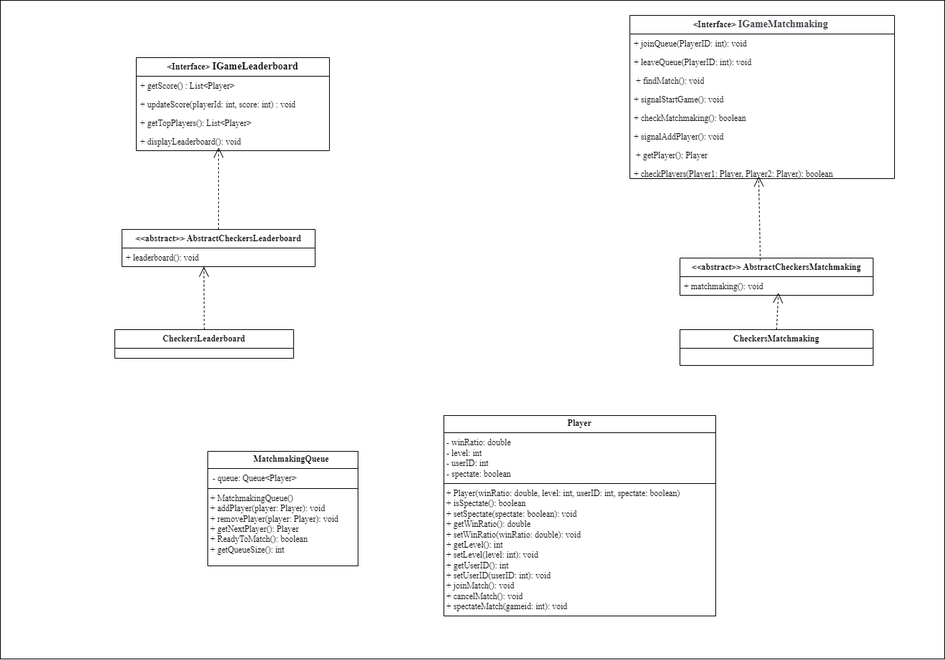
SarimEkram/Multiplayer-Board-platform keeps this draw.io diagram as iteration1_deliverables/class_structure_diagrams/class_structure_diagram.png. Above is the earlier version. Source tidied: cells renumbered, new cells last; positions are measured from the earlier drawing's top-left corner, leaving out a move shared by most shapes.
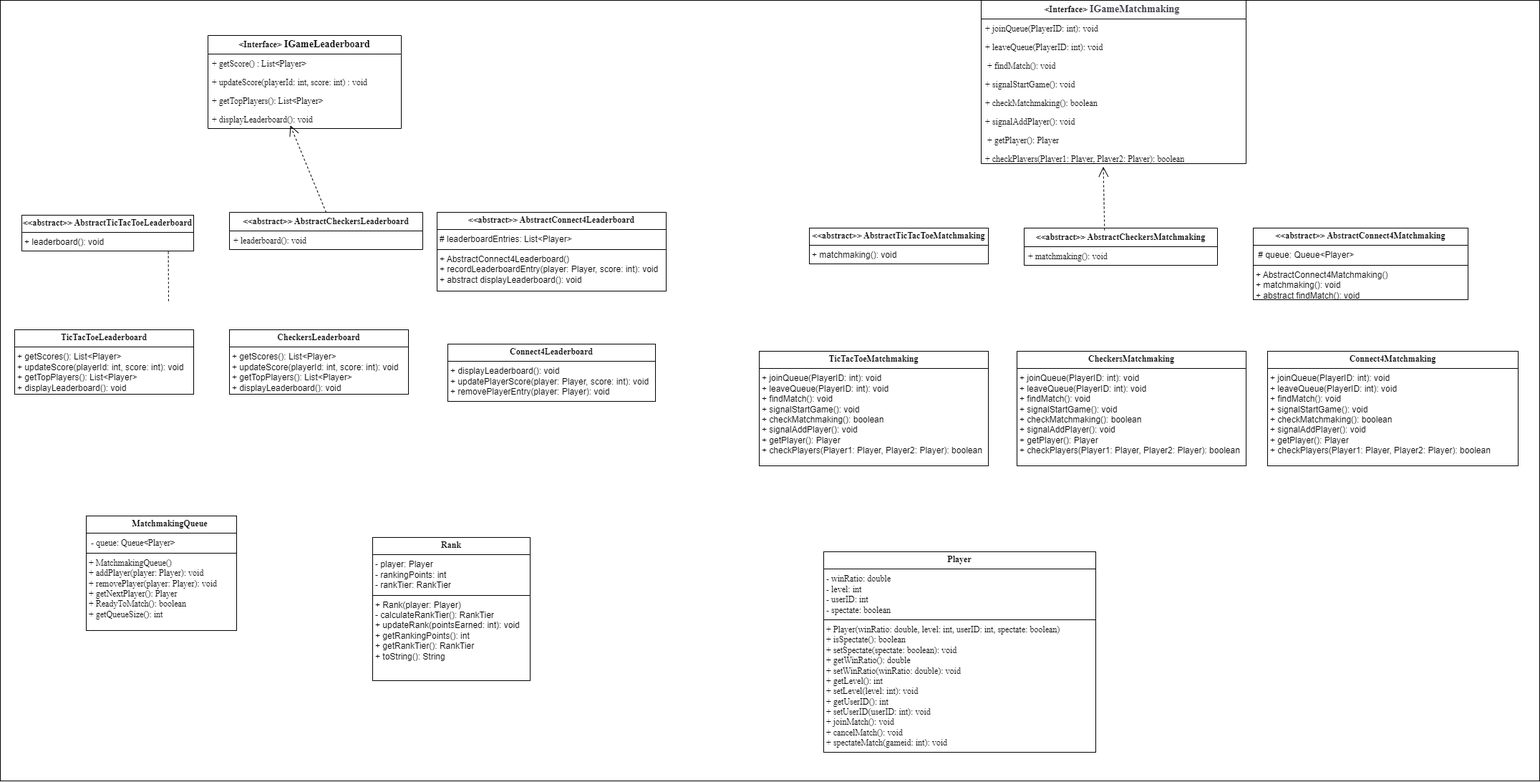
Above is the later version.

Commit message:
Expanded UML diagram to include matchmaking and leaderboard structures for multiple games

Diff of the diagram source:
```diff
@@ -5,6 +5,6 @@
     <mxCell id="2" style="rounded=0;whiteSpace=wrap;html=1;" parent="1" vertex="1">
-      <mxGeometry width="1320" height="920" as="geometry" />
+      <mxGeometry x="50" y="40" width="2150" height="1090" as="geometry" />
     </mxCell>
     <mxCell id="3" value="&lt;span style=&quot;font-family: &amp;quot;Times New Roman&amp;quot;; font-weight: 700;&quot;&gt;&amp;lt;Interface&amp;gt; &lt;font style=&quot;font-size: 14px;&quot;&gt;IGameLeaderboard&lt;/font&gt;&lt;/span&gt;" style="swimlane;fontStyle=0;horizontal=1;startSize=26;fillColor=none;whiteSpace=wrap;html=1;" parent="1" vertex="1">
-      <mxGeometry x="190" y="80" width="270" height="130" as="geometry" />
+      <mxGeometry x="340" y="89" width="270" height="130" as="geometry" />
     </mxCell>
@@ -23,3 +23,3 @@
     <mxCell id="8" value="&lt;font face=&quot;Times New Roman&quot;&gt;&lt;span style=&quot;font-weight: 700;&quot;&gt;&amp;lt;Interface&amp;gt;&amp;nbsp;&lt;/span&gt;&lt;span style=&quot;box-sizing: border-box; --tw-border-spacing-x: 0; --tw-border-spacing-y: 0; --tw-translate-x: 0; --tw-translate-y: 0; --tw-rotate: 0; --tw-skew-x: 0; --tw-skew-y: 0; --tw-scale-x: 1; --tw-scale-y: 1; --tw-pan-x: ; --tw-pan-y: ; --tw-pinch-zoom: ; --tw-scroll-snap-strictness: proximity; --tw-gradient-from-position: ; --tw-gradient-via-position: ; --tw-gradient-to-position: ; --tw-ordinal: ; --tw-slashed-zero: ; --tw-numeric-figure: ; --tw-numeric-spacing: ; --tw-numeric-fraction: ; --tw-ring-offset-shadow: 0 0 #0000; --tw-ring-shadow: 0 0 #0000; --tw-shadow: 0 0 #0000; --tw-shadow-colored: 0 0 #0000; --tw-blur: ; --tw-brightness: ; --tw-contrast: ; --tw-grayscale: ; --tw-hue-rotate: ; --tw-invert: ; --tw-saturate: ; --tw-sepia: ; --tw-drop-shadow: ; --tw-backdrop-blur: ; --tw-backdrop-brightness: ; --tw-backdrop-contrast: ; --tw-backdrop-grayscale: ; --tw-backdrop-hue-rotate: ; --tw-backdrop-invert: ; --tw-backdrop-opacity: ; --tw-backdrop-saturate: ; --tw-backdrop-sepia: ; font-variant-ligatures: none; font-weight: 600; word-break: break-all; color: rgb(58, 56, 63); font-size: 14px; text-align: left; background-color: rgb(251, 250, 253); margin-right: 0.25rem !important;&quot; class=&quot;file-title-name mr-1 js-blob-header-filepath gl-break-all gl-font-bold&quot;&gt;IGameMatchmaking&lt;/span&gt;&lt;/font&gt;" style="swimlane;fontStyle=0;horizontal=1;startSize=26;fillColor=none;whiteSpace=wrap;html=1;" parent="1" vertex="1">
-      <mxGeometry x="880" y="21" width="370" height="228" as="geometry" />
+      <mxGeometry x="1420" y="40" width="370" height="228" as="geometry" />
     </mxCell>
@@ -50,3 +50,3 @@
     <mxCell id="17" value="&lt;font face=&quot;Times New Roman&quot;&gt;&lt;b&gt;&amp;lt;&amp;lt;abstract&amp;gt;&amp;gt; AbstractCheckersLeaderboard&lt;/b&gt;&lt;/font&gt;" style="swimlane;fontStyle=0;horizontal=1;startSize=26;fillColor=none;whiteSpace=wrap;html=1;" parent="1" vertex="1">
-      <mxGeometry x="170" y="320" width="270" height="52" as="geometry" />
+      <mxGeometry x="370" y="336" width="270" height="52" as="geometry" />
     </mxCell>
@@ -55,7 +55,4 @@
     </mxCell>
-    <mxCell id="19" value="&lt;b style=&quot;font-family: &amp;quot;Times New Roman&amp;quot;;&quot;&gt;CheckersLeaderboard&lt;/b&gt;&lt;font face=&quot;Times New Roman&quot;&gt;&lt;b&gt;&lt;/b&gt;&lt;/font&gt;" style="swimlane;fontStyle=0;horizontal=1;startSize=26;fillColor=none;whiteSpace=wrap;html=1;" parent="1" vertex="1">
-      <mxGeometry x="160" y="460" width="250" height="40" as="geometry" />
-    </mxCell>
     <mxCell id="20" value="&lt;font face=&quot;Times New Roman&quot;&gt;&lt;b&gt;&amp;lt;&amp;lt;abstract&amp;gt;&amp;gt; AbstractCheckersMatchmaking&lt;/b&gt;&lt;/font&gt;" style="swimlane;fontStyle=0;horizontal=1;startSize=26;fillColor=none;whiteSpace=wrap;html=1;" parent="1" vertex="1">
-      <mxGeometry x="950" y="360" width="270" height="52" as="geometry" />
+      <mxGeometry x="1480" y="358" width="270" height="52" as="geometry" />
     </mxCell>
@@ -64,10 +61,7 @@
     </mxCell>
-    <mxCell id="22" value="&lt;br&gt;&lt;font face=&quot;Times New Roman&quot;&gt;&lt;b&gt;CheckersMatchmaking                                 &lt;/b&gt;&lt;/font&gt;&lt;div&gt;&lt;br/&gt;&lt;/div&gt;" style="swimlane;fontStyle=0;horizontal=1;startSize=26;fillColor=none;whiteSpace=wrap;html=1;" parent="1" vertex="1">
-      <mxGeometry x="950" y="460" width="270" height="50" as="geometry" />
-    </mxCell>
     <mxCell id="23" value="&lt;p style=&quot;margin:0px;margin-top:4px;text-align:center;&quot;&gt;&lt;font face=&quot;Times New Roman&quot;&gt;&lt;b&gt;Player&lt;/b&gt;&lt;/font&gt;&lt;/p&gt;&lt;hr size=&quot;1&quot; style=&quot;border-style:solid;&quot;&gt;&lt;p style=&quot;margin:0px;margin-left:4px;&quot;&gt;&lt;font face=&quot;Times New Roman&quot;&gt;- winRatio: double&lt;br&gt;- level: int&lt;br&gt; - userID: int&amp;nbsp;&amp;nbsp;&lt;br&gt;- spectate: boolean&amp;nbsp; &amp;nbsp;&lt;/font&gt;&lt;/p&gt;&lt;hr size=&quot;1&quot; style=&quot;border-style:solid;&quot;&gt;&lt;p style=&quot;margin:0px;margin-left:4px;&quot;&gt;&lt;font face=&quot;Times New Roman&quot;&gt;+ Player(winRatio: double, level: int, userID: int, spectate: boolean)&lt;br&gt;+ isSpectate(): boolean&lt;br&gt;+ setSpectate(spectate: boolean): void &lt;br&gt;+ getWinRatio(): double&lt;br&gt;+ setWinRatio(winRatio: double): void &lt;br&gt;+ getLevel(): int &lt;br&gt;+ setLevel(level: int): void&lt;/font&gt;&lt;/p&gt;&lt;p style=&quot;margin:0px;margin-left:4px;&quot;&gt;&lt;font face=&quot;Times New Roman&quot;&gt; + getUserID(): int&amp;nbsp;&lt;/font&gt;&lt;/p&gt;&lt;p style=&quot;margin:0px;margin-left:4px;&quot;&gt;&lt;font face=&quot;Times New Roman&quot;&gt;+ setUserID(userID: int): void &lt;br&gt;+ joinMatch(): void&amp;nbsp;&lt;/font&gt;&lt;/p&gt;&lt;p style=&quot;margin:0px;margin-left:4px;&quot;&gt;&lt;font face=&quot;Times New Roman&quot;&gt;+ cancelMatch(): void&lt;/font&gt;&lt;/p&gt;&lt;p style=&quot;margin:0px;margin-left:4px;&quot;&gt;&lt;font face=&quot;Times New Roman&quot;&gt;+ spectateMatch(gameid: int): void   &amp;nbsp;&amp;nbsp; &amp;nbsp; &amp;nbsp; &amp;nbsp; &amp;nbsp;&lt;/font&gt;&lt;/p&gt;" style="verticalAlign=top;align=left;overflow=fill;html=1;whiteSpace=wrap;" parent="1" vertex="1">
-      <mxGeometry x="620" y="580" width="380" height="280" as="geometry" />
+      <mxGeometry x="1200" y="810" width="380" height="280" as="geometry" />
     </mxCell>
     <mxCell id="24" value="&lt;p style=&quot;margin:0px;margin-top:4px;text-align:center;&quot;&gt;&lt;font face=&quot;Times New Roman&quot;&gt;&lt;span style=&quot;white-space: pre;&quot;&gt;&#9;&lt;/span&gt;&lt;span style=&quot;background-color: transparent; color: light-dark(rgb(0, 0, 0), rgb(255, 255, 255)); text-align: left;&quot;&gt;&lt;b&gt;MatchmakingQueue&lt;/b&gt;&lt;/span&gt;&lt;br&gt;&lt;/font&gt;&lt;/p&gt;&lt;hr size=&quot;1&quot; style=&quot;border-style:solid;&quot;&gt;&lt;p style=&quot;margin:0px;margin-left:4px;&quot;&gt;&lt;font face=&quot;Times New Roman&quot;&gt;&amp;nbsp;- queue: Queue&amp;lt;Player&amp;gt;&amp;nbsp;&lt;/font&gt;&lt;/p&gt;&lt;hr size=&quot;1&quot; style=&quot;border-style:solid;&quot;&gt;&lt;p style=&quot;margin:0px;margin-left:4px;&quot;&gt;&lt;font face=&quot;Times New Roman&quot;&gt;+ MatchmakingQueue()&lt;/font&gt;&lt;/p&gt;&lt;p style=&quot;margin:0px;margin-left:4px;&quot;&gt;&lt;font face=&quot;Times New Roman&quot;&gt;+ addPlayer(player: Player): void&amp;nbsp;&lt;/font&gt;&lt;/p&gt;&lt;p style=&quot;margin:0px;margin-left:4px;&quot;&gt;&lt;font face=&quot;Times New Roman&quot;&gt;+ removePlayer(player: Player): void&amp;nbsp;&lt;/font&gt;&lt;/p&gt;&lt;p style=&quot;margin:0px;margin-left:4px;&quot;&gt;&lt;font face=&quot;Times New Roman&quot;&gt;+ getNextPlayer(): Player&amp;nbsp;&lt;br&gt;+ ReadyToMatch(): boolean&amp;nbsp;&lt;br&gt;+ getQueueSize(): int&lt;/font&gt;&lt;/p&gt;" style="verticalAlign=top;align=left;overflow=fill;html=1;whiteSpace=wrap;" parent="1" vertex="1">
-      <mxGeometry x="290" y="630" width="210" height="160" as="geometry" />
+      <mxGeometry x="170" y="760" width="210" height="160" as="geometry" />
     </mxCell>
@@ -76,6 +70,4 @@
     </mxCell>
-    <mxCell id="26" style="endArrow=open;endSize=12;dashed=1;html=1;rounded=0;exitX=0.416;exitY=0.058;exitDx=0;exitDy=0;exitPerimeter=0;" parent="1" edge="1" source="20">
-      <mxGeometry relative="1" as="geometry">
-        <mxPoint x="1060" y="246" as="targetPoint" />
-      </mxGeometry>
+    <mxCell id="26" style="endArrow=open;endSize=12;dashed=1;html=1;rounded=0;exitX=0.416;exitY=0.058;exitDx=0;exitDy=0;exitPerimeter=0;entryX=0.461;entryY=1.214;entryDx=0;entryDy=0;entryPerimeter=0;" parent="1" edge="1" source="20" target="16">
+      <mxGeometry relative="1" as="geometry" />
     </mxCell>
@@ -87,5 +79,35 @@
     </mxCell>
-    <mxCell id="28" style="endArrow=open;endSize=12;dashed=1;html=1;rounded=0;entryX=0.51;entryY=0.869;entryDx=0;entryDy=0;entryPerimeter=0;exitX=0.5;exitY=0;exitDx=0;exitDy=0;" parent="1" edge="1" source="22" target="21">
-      <mxGeometry relative="1" as="geometry" />
-    </mxCell>
+    <mxCell id="29" value="&lt;p style=&quot;margin:0px;margin-top:4px;text-align:center;&quot;&gt;&lt;b style=&quot;background-color: transparent; color: light-dark(rgb(0, 0, 0), rgb(255, 255, 255)); font-family: &amp;quot;Times New Roman&amp;quot;;&quot;&gt;&amp;lt;&amp;lt;abstract&amp;gt;&amp;gt; AbstractConnect4Leaderboard&lt;/b&gt;&lt;/p&gt;&lt;hr size=&quot;1&quot; style=&quot;border-style:solid;&quot;&gt;&lt;p style=&quot;margin:0px;margin-left:4px;&quot;&gt;# leaderboardEntries: List&amp;lt;Player&amp;gt;  &lt;/p&gt;&lt;hr size=&quot;1&quot; style=&quot;border-style:solid;&quot;&gt;&lt;p style=&quot;margin:0px;margin-left:4px;&quot;&gt;+ AbstractConnect4Leaderboard()&lt;/p&gt;&lt;p style=&quot;margin:0px;margin-left:4px;&quot;&gt;+ recordLeaderboardEntry(player: Player, score: int): void&lt;/p&gt;&lt;p style=&quot;margin:0px;margin-left:4px;&quot;&gt;+ abstract displayLeaderboard(): void&amp;nbsp;&amp;nbsp;&lt;/p&gt;&lt;p style=&quot;margin:0px;margin-left:4px;&quot;&gt;&amp;nbsp;&lt;/p&gt;" style="verticalAlign=top;align=left;overflow=fill;html=1;whiteSpace=wrap;" parent="1" vertex="1">
+      <mxGeometry x="660" y="336" width="320" height="110" as="geometry" />
+    </mxCell>
+    <mxCell id="30" value="&lt;p style=&quot;margin:0px;margin-top:4px;text-align:center;&quot;&gt;&lt;span style=&quot;background-color: transparent; color: light-dark(rgb(0, 0, 0), rgb(255, 255, 255)); text-align: left;&quot;&gt;&lt;font face=&quot;Times New Roman&quot; style=&quot;font-size: 12px;&quot;&gt;&lt;b&gt;Connect4Leaderboard&lt;/b&gt;&lt;/font&gt;&lt;/span&gt;&lt;/p&gt;&lt;hr size=&quot;1&quot; style=&quot;border-style:solid;&quot;&gt;&lt;p style=&quot;margin:0px;margin-left:4px;&quot;&gt;&lt;/p&gt;&lt;p style=&quot;margin:0px;margin-left:4px;&quot;&gt;+ displayLeaderboard(): void&lt;/p&gt;&lt;p style=&quot;margin:0px;margin-left:4px;&quot;&gt; + updatePlayerScore(player: Player, score: int): void&lt;/p&gt;&lt;p style=&quot;margin:0px;margin-left:4px;&quot;&gt;+ removePlayerEntry(player: Player): void &amp;nbsp;&amp;nbsp;&lt;/p&gt;" style="verticalAlign=top;align=left;overflow=fill;html=1;whiteSpace=wrap;" parent="1" vertex="1">
+      <mxGeometry x="675" y="520" width="290" height="80" as="geometry" />
+    </mxCell>
+    <mxCell id="31" value="&lt;p style=&quot;margin:0px;margin-top:4px;text-align:center;&quot;&gt;&lt;font face=&quot;Times New Roman&quot;&gt;&lt;b&gt;&lt;span style=&quot;background-color: transparent; color: light-dark(rgb(0, 0, 0), rgb(255, 255, 255));&quot;&gt;&amp;lt;&amp;lt;abstract&amp;gt;&amp;gt;&amp;nbsp;&lt;/span&gt;&lt;span style=&quot;background-color: transparent; color: light-dark(rgb(0, 0, 0), rgb(255, 255, 255)); text-align: left;&quot;&gt;AbstractConnect4Matchmaking&lt;/span&gt;&lt;/b&gt;&lt;/font&gt;&lt;/p&gt;&lt;hr size=&quot;1&quot; style=&quot;border-style:solid;&quot;&gt;&lt;p style=&quot;margin:0px;margin-left:4px;&quot;&gt;&amp;nbsp;# queue: Queue&amp;lt;Player&amp;gt;&amp;nbsp;&amp;nbsp;&lt;/p&gt;&lt;hr size=&quot;1&quot; style=&quot;border-style:solid;&quot;&gt;&lt;p style=&quot;margin:0px;margin-left:4px;&quot;&gt;+ AbstractConnect4Matchmaking()&lt;/p&gt;&lt;p style=&quot;margin:0px;margin-left:4px;&quot;&gt;+ matchmaking(): void &amp;nbsp;&lt;/p&gt;&lt;p style=&quot;margin:0px;margin-left:4px;&quot;&gt;+ abstract findMatch(): void &amp;nbsp;&lt;/p&gt;" style="verticalAlign=top;align=left;overflow=fill;html=1;whiteSpace=wrap;" parent="1" vertex="1">
+      <mxGeometry x="1800" y="358" width="300" height="100" as="geometry" />
+    </mxCell>
+    <mxCell id="32" value="&lt;p style=&quot;margin:0px;margin-top:4px;text-align:center;&quot;&gt;&lt;span style=&quot;font-family: &amp;quot;Times New Roman&amp;quot;; font-weight: 700; background-color: transparent; color: light-dark(rgb(0, 0, 0), rgb(255, 255, 255)); text-align: left;&quot;&gt;Connect4Matchmaking&lt;/span&gt;&lt;/p&gt;&lt;hr size=&quot;1&quot; style=&quot;border-style:solid;&quot;&gt;&lt;p style=&quot;margin: 0px 0px 0px 4px;&quot;&gt;+ joinQueue(PlayerID: int): void&lt;/p&gt;&lt;p style=&quot;margin: 0px 0px 0px 4px;&quot;&gt;+ leaveQueue(PlayerID: int): void &amp;nbsp;&amp;nbsp;&lt;/p&gt;&lt;p style=&quot;margin: 0px 0px 0px 4px;&quot;&gt;+ findMatch(): void&lt;br&gt;+ signalStartGame(): void&lt;/p&gt;&lt;p style=&quot;margin: 0px 0px 0px 4px;&quot;&gt;+ checkMatchmaking(): boolean&amp;nbsp;&lt;/p&gt;&lt;p style=&quot;margin: 0px 0px 0px 4px;&quot;&gt;+ signalAddPlayer(): void&lt;/p&gt;&lt;p style=&quot;margin: 0px 0px 0px 4px;&quot;&gt;+ getPlayer(): Player &amp;nbsp;&amp;nbsp;&lt;/p&gt;&lt;p style=&quot;margin: 0px 0px 0px 4px;&quot;&gt;+ checkPlayers(Player1: Player, Player2: Player): boolean&lt;/p&gt;" style="verticalAlign=top;align=left;overflow=fill;html=1;whiteSpace=wrap;" parent="1" vertex="1">
+      <mxGeometry x="1820" y="530" width="350" height="160" as="geometry" />
+    </mxCell>
+    <mxCell id="33" value="&lt;p style=&quot;margin:0px;margin-top:4px;text-align:center;&quot;&gt;&lt;span style=&quot;background-color: transparent; color: light-dark(rgb(0, 0, 0), rgb(255, 255, 255)); text-align: left;&quot;&gt;&lt;font face=&quot;Times New Roman&quot;&gt;&lt;b&gt;&amp;lt;&amp;lt;abstract&amp;gt;&amp;gt; AbstractTicTacToeLeaderboard&lt;/b&gt;&lt;/font&gt;&lt;/span&gt;&lt;/p&gt;&lt;hr size=&quot;1&quot; style=&quot;border-style:solid;&quot;&gt;&lt;p style=&quot;margin:0px;margin-left:4px;&quot;&gt;+ leaderboard(): void&lt;/p&gt;" style="verticalAlign=top;align=left;overflow=fill;html=1;whiteSpace=wrap;" parent="1" vertex="1">
+      <mxGeometry x="80" y="340" width="240" height="50" as="geometry" />
+    </mxCell>
+    <mxCell id="34" value="&lt;p style=&quot;margin:0px;margin-top:4px;text-align:center;&quot;&gt;&lt;font face=&quot;Times New Roman&quot;&gt;&lt;b&gt;&amp;lt;&amp;lt;abstract&amp;gt;&amp;gt; AbstractTicTacToeMatchmaking&lt;/b&gt;&lt;/font&gt;&lt;/p&gt;&lt;hr size=&quot;1&quot; style=&quot;border-style:solid;&quot;&gt;&lt;p style=&quot;margin:0px;margin-left:4px;&quot;&gt;&lt;/p&gt;&lt;p style=&quot;margin:0px;margin-left:4px;&quot;&gt;+ matchmaking(): void&amp;nbsp;&lt;/p&gt;" style="verticalAlign=top;align=left;overflow=fill;html=1;whiteSpace=wrap;" parent="1" vertex="1">
+      <mxGeometry x="1180" y="358" width="250" height="50" as="geometry" />
+    </mxCell>
+    <mxCell id="35" value="&lt;p style=&quot;margin:0px;margin-top:4px;text-align:center;&quot;&gt;&lt;span style=&quot;background-color: transparent; color: light-dark(rgb(0, 0, 0), rgb(255, 255, 255)); text-align: left;&quot;&gt;&lt;font face=&quot;Times New Roman&quot; style=&quot;font-size: 12px;&quot;&gt;&lt;b&gt;TicTacToeMatchmaking&lt;/b&gt;&lt;/font&gt;&lt;/span&gt;&lt;/p&gt;&lt;hr size=&quot;1&quot; style=&quot;border-style:solid;&quot;&gt;&lt;p style=&quot;margin:0px;margin-left:4px;&quot;&gt;+ joinQueue(PlayerID: int): void&lt;/p&gt;&lt;p style=&quot;margin:0px;margin-left:4px;&quot;&gt; + leaveQueue(PlayerID: int): void &amp;nbsp;&amp;nbsp;&lt;/p&gt;&lt;p style=&quot;margin:0px;margin-left:4px;&quot;&gt;+ findMatch(): void&lt;br&gt;+ signalStartGame(): void&lt;/p&gt;&lt;p style=&quot;margin:0px;margin-left:4px;&quot;&gt; + checkMatchmaking(): boolean&amp;nbsp;&lt;/p&gt;&lt;p style=&quot;margin:0px;margin-left:4px;&quot;&gt;+ signalAddPlayer(): void&lt;/p&gt;&lt;p style=&quot;margin:0px;margin-left:4px;&quot;&gt;+ getPlayer(): Player &amp;nbsp;&amp;nbsp;&lt;/p&gt;&lt;p style=&quot;margin:0px;margin-left:4px;&quot;&gt;+ checkPlayers(Player1: Player, Player2: Player): boolean&lt;/p&gt;" style="verticalAlign=top;align=left;overflow=fill;html=1;whiteSpace=wrap;" parent="1" vertex="1">
+      <mxGeometry x="1110" y="530" width="320" height="160" as="geometry" />
+    </mxCell>
+    <mxCell id="36" value="&lt;p style=&quot;margin:0px;margin-top:4px;text-align:center;&quot;&gt;&lt;span style=&quot;background-color: transparent; color: light-dark(rgb(0, 0, 0), rgb(255, 255, 255)); text-align: left;&quot;&gt;&lt;font face=&quot;Times New Roman&quot;&gt;&lt;b&gt;TicTacToeLeaderboard&lt;/b&gt;&lt;/font&gt;&lt;/span&gt;&lt;/p&gt;&lt;hr size=&quot;1&quot; style=&quot;border-style:solid;&quot;&gt;&lt;p style=&quot;margin:0px;margin-left:4px;&quot;&gt;&lt;/p&gt;&lt;p style=&quot;margin:0px;margin-left:4px;&quot;&gt;+ getScores(): List&amp;lt;Player&amp;gt;&lt;/p&gt;&lt;p style=&quot;margin:0px;margin-left:4px;&quot;&gt;+ updateScore(playerId: int, score: int): void&amp;nbsp;&lt;/p&gt;&lt;p style=&quot;margin:0px;margin-left:4px;&quot;&gt;+ getTopPlayers(): List&amp;lt;Player&amp;gt;&lt;/p&gt;&lt;p style=&quot;margin:0px;margin-left:4px;&quot;&gt;+ displayLeaderboard(): void  &amp;nbsp;&lt;/p&gt;" style="verticalAlign=top;align=left;overflow=fill;html=1;whiteSpace=wrap;" parent="1" vertex="1">
+      <mxGeometry x="70" y="500" width="250" height="90" as="geometry" />
+    </mxCell>
+    <mxCell id="37" value="&lt;p style=&quot;margin:0px;margin-top:4px;text-align:center;&quot;&gt;&lt;b style=&quot;font-family: &amp;quot;Times New Roman&amp;quot;; background-color: transparent; color: light-dark(rgb(0, 0, 0), rgb(255, 255, 255)); text-align: left;&quot;&gt;CheckersMatchmaking&lt;/b&gt;&lt;/p&gt;&lt;hr size=&quot;1&quot; style=&quot;border-style:solid;&quot;&gt;&lt;p style=&quot;margin:0px;margin-left:4px;&quot;&gt;&lt;/p&gt;&lt;p style=&quot;margin: 0px 0px 0px 4px;&quot;&gt;+ joinQueue(PlayerID: int): void&lt;/p&gt;&lt;p style=&quot;margin: 0px 0px 0px 4px;&quot;&gt;+ leaveQueue(PlayerID: int): void &amp;nbsp;&amp;nbsp;&lt;/p&gt;&lt;p style=&quot;margin: 0px 0px 0px 4px;&quot;&gt;+ findMatch(): void&lt;br&gt;+ signalStartGame(): void&lt;/p&gt;&lt;p style=&quot;margin: 0px 0px 0px 4px;&quot;&gt;+ checkMatchmaking(): boolean&amp;nbsp;&lt;/p&gt;&lt;p style=&quot;margin: 0px 0px 0px 4px;&quot;&gt;+ signalAddPlayer(): void&lt;/p&gt;&lt;p style=&quot;margin: 0px 0px 0px 4px;&quot;&gt;+ getPlayer(): Player &amp;nbsp;&amp;nbsp;&lt;/p&gt;&lt;p style=&quot;margin: 0px 0px 0px 4px;&quot;&gt;+ checkPlayers(Player1: Player, Player2: Player): boolean&lt;/p&gt;" style="verticalAlign=top;align=left;overflow=fill;html=1;whiteSpace=wrap;" parent="1" vertex="1">
+      <mxGeometry x="1470" y="530" width="320" height="160" as="geometry" />
+    </mxCell>
+    <mxCell id="38" value="&lt;p style=&quot;margin:0px;margin-top:4px;text-align:center;&quot;&gt;&lt;span style=&quot;background-color: transparent; color: light-dark(rgb(0, 0, 0), rgb(255, 255, 255)); text-align: left;&quot;&gt;&lt;font face=&quot;Times New Roman&quot;&gt;&lt;b&gt;CheckersLeaderboard&lt;/b&gt;&lt;/font&gt;&lt;/span&gt;&lt;/p&gt;&lt;hr size=&quot;1&quot; style=&quot;border-style:solid;&quot;&gt;&lt;p style=&quot;margin:0px;margin-left:4px;&quot;&gt;&lt;/p&gt;&lt;p style=&quot;margin:0px;margin-left:4px;&quot;&gt;+ getScores(): List&amp;lt;Player&amp;gt;&lt;/p&gt;&lt;p style=&quot;margin:0px;margin-left:4px;&quot;&gt;+ updateScore(playerId: int, score: int): void&amp;nbsp;&lt;/p&gt;&lt;p style=&quot;margin:0px;margin-left:4px;&quot;&gt;+ getTopPlayers(): List&amp;lt;Player&amp;gt;&lt;/p&gt;&lt;p style=&quot;margin:0px;margin-left:4px;&quot;&gt;+ displayLeaderboard(): void  &amp;nbsp;&lt;/p&gt;" style="verticalAlign=top;align=left;overflow=fill;html=1;whiteSpace=wrap;" parent="1" vertex="1">
+      <mxGeometry x="370" y="500" width="250" height="90" as="geometry" />
+    </mxCell>
+    <mxCell id="39" value="&lt;p style=&quot;margin:0px;margin-top:4px;text-align:center;&quot;&gt;&lt;span style=&quot;background-color: transparent; color: light-dark(rgb(0, 0, 0), rgb(255, 255, 255)); text-align: left;&quot;&gt;&lt;font face=&quot;Times New Roman&quot;&gt;&lt;b&gt;Rank&lt;/b&gt;&lt;/font&gt;&lt;/span&gt;&lt;/p&gt;&lt;hr size=&quot;1&quot; style=&quot;border-style:solid;&quot;&gt;&lt;p style=&quot;margin:0px;margin-left:4px;&quot;&gt;- player: Player&lt;/p&gt;&lt;p style=&quot;margin:0px;margin-left:4px;&quot;&gt;- rankingPoints: int&amp;nbsp;&lt;/p&gt;&lt;p style=&quot;margin:0px;margin-left:4px;&quot;&gt;- rankTier: RankTier&amp;nbsp;&amp;nbsp;&lt;/p&gt;&lt;hr size=&quot;1&quot; style=&quot;border-style:solid;&quot;&gt;&lt;p style=&quot;margin:0px;margin-left:4px;&quot;&gt;+ Rank(player: Player)&lt;/p&gt;&lt;p style=&quot;margin:0px;margin-left:4px;&quot;&gt;- calculateRankTier(): RankTier&lt;/p&gt;&lt;p style=&quot;margin:0px;margin-left:4px;&quot;&gt;+ updateRank(pointsEarned: int): void&lt;/p&gt;&lt;p style=&quot;margin:0px;margin-left:4px;&quot;&gt;+ getRankingPoints(): int&lt;br&gt;+ getRankTier(): RankTier&lt;/p&gt;&lt;p style=&quot;margin:0px;margin-left:4px;&quot;&gt;+ toString(): String &amp;nbsp;&lt;/p&gt;&lt;p style=&quot;margin:0px;margin-left:4px;&quot;&gt;&amp;nbsp;&amp;nbsp;&lt;/p&gt;" style="verticalAlign=top;align=left;overflow=fill;html=1;whiteSpace=wrap;" parent="1" vertex="1">
+      <mxGeometry x="570" y="790" width="220" height="200" as="geometry" />
+    </mxCell>
   </root>
```
